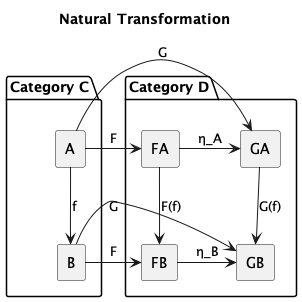
mavaji/free-monad keeps this PlantUML diagram as docs/02-nt.png. Above is the earlier version.
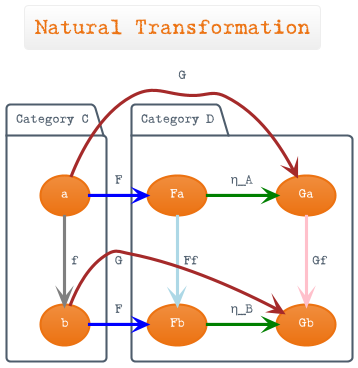
The same file after the commit.

Change to the diagram source:
```diff
@@ -1,28 +1,30 @@
 @startuml
+!theme aws-orange
+skinparam defaultFontName "Gabriele Black Ribbon FG"
 title Natural Transformation
 
 package "Category C" {
-  rectangle A
-  rectangle B
-  A --> B : f
+  (a)
+  (b)
+  a -[#gray]-> b : f
 }
 
 package "Category D" {
-  rectangle FA
-  rectangle FB
-  rectangle GA
-  rectangle GB
-  FA --> FB : "F(f)"
-  GA --> GB : "G(f)"
+  (Fa)
+  (Fb)
+  (Ga)
+  (Gb)
+  Fa -[#lightblue]-> Fb : Ff
+  Ga -[#pink]-> Gb : Gf
 }
 
-A -r--> FA : F
-B -r--> FB : F
+a -r[#blue]-> Fa : F
+b -r[#blue]-> Fb : F
 
-A -r--> GA : G
-B -r--> GB : G
+a -r[#brown]-> Ga : G
+b -r[#brown]-> Gb : G
 
-FA -r--> GA : η_A
-FB -r--> GB : η_B
+Fa -r[#green]-> Ga : η_A
+Fb -r[#green]-> Gb : η_B
 
 @enduml
```
